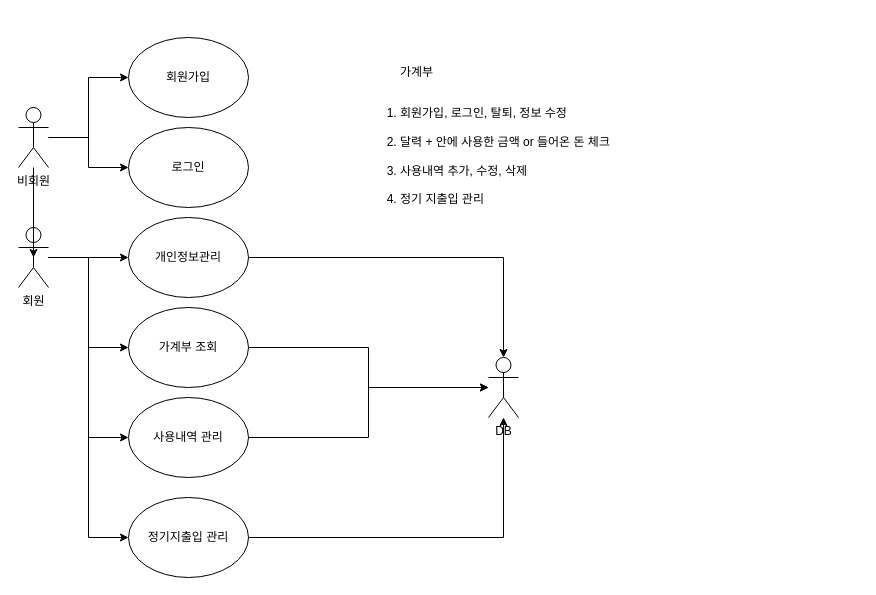
Above: Diagram/Usecase Diagram.drawio in Carpeii/Java-MiniProject (draw.io), before the change. Source tidied: cells renumbered, new cells numbered last; positions are measured from the earlier drawing's top-left corner, leaving out a move shared by most shapes. Both pictures are drawn from the tidied source at 100%, with x=0, y=0 at pixel (18, 17).
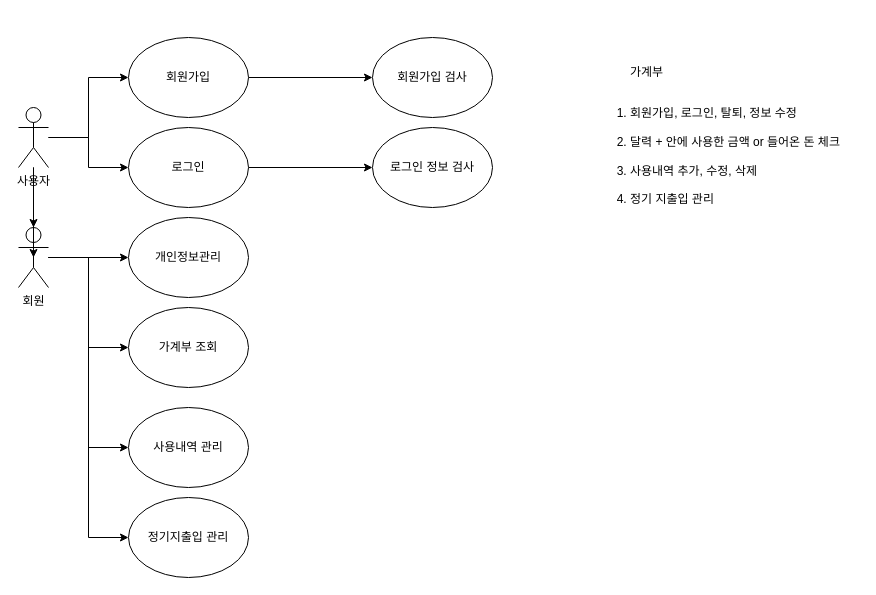
The same page after the edit.

Commit message:
use casediagram 수정

The change refers to these unchanged cells:
```xml
<mxCell id="5" value="회원가입" style="ellipse;whiteSpace=wrap;html=1;" parent="1" vertex="1">
  <mxGeometry x="110" y="20" width="120" height="80" as="geometry" />
</mxCell>
<mxCell id="7" value="개인정보관리" style="ellipse;whiteSpace=wrap;html=1;" parent="1" vertex="1">
  <mxGeometry x="110" y="200" width="120" height="80" as="geometry" />
</mxCell>
<mxCell id="10" value="가계부 조회" style="ellipse;whiteSpace=wrap;html=1;" parent="1" vertex="1">
  <mxGeometry x="110" y="290" width="120" height="80" as="geometry" />
</mxCell>
<mxCell id="15" value="정기지출입 관리" style="ellipse;whiteSpace=wrap;html=1;" parent="1" vertex="1">
  <mxGeometry x="110" y="480" width="120" height="80" as="geometry" />
</mxCell>
<mxCell id="20" value="회원" style="shape=umlActor;verticalLabelPosition=bottom;verticalAlign=top;html=1;outlineConnect=0;" parent="1" vertex="1">
  <mxGeometry y="210" width="30" height="60" as="geometry" />
</mxCell>
<mxCell id="22" value="로그인" style="ellipse;whiteSpace=wrap;html=1;" parent="1" vertex="1">
  <mxGeometry x="110" y="110" width="120" height="80" as="geometry" />
</mxCell>
```

Change to the diagram source:
```diff
@@
+    <mxCell id="23" style="edgeStyle=orthogonalEdgeStyle;rounded=0;jettySize=auto;html=1;" parent="1" edge="1" source="4" target="20">
+      <mxGeometry relative="1" as="geometry" />
+    </mxCell>
-    <mxCell id="4" value="비회원" style="shape=umlActor;verticalLabelPosition=bottom;verticalAlign=top;html=1;outlineConnect=0;" parent="1" vertex="1">
+    <mxCell id="4" value="사용자" style="shape=umlActor;verticalLabelPosition=bottom;verticalAlign=top;html=1;outlineConnect=0;" parent="1" vertex="1">
       <mxGeometry y="90" width="30" height="60" as="geometry" />
     </mxCell>
+    <mxCell id="24" style="edgeStyle=orthogonalEdgeStyle;rounded=0;jettySize=auto;html=1;entryX=0;entryY=0.5;entryDx=0;entryDy=0;" parent="1" edge="1" source="5" target="26">
+      <mxGeometry relative="1" as="geometry" />
+    </mxCell>
@@
-    <mxCell id="6" style="edgeStyle=orthogonalEdgeStyle;rounded=0;jettySize=auto;html=1;" parent="1" edge="1" source="7" target="11">
-      <mxGeometry relative="1" as="geometry" />
-    </mxCell>
@@
     <mxCell id="8" value="&lt;h2&gt;&lt;/h2&gt;&lt;br&gt;&lt;ol&gt;가계부&lt;/ol&gt;&lt;ol&gt;&lt;br&gt;&lt;li&gt;회원가입, 로그인, 탈퇴, 정보 수정&lt;/li&gt;&lt;br&gt;&lt;li&gt;달력 + 안에 사용한 금액 or 들어온 돈 체크&lt;/li&gt;&lt;br&gt;&lt;li&gt;사용내역 추가, 수정, 삭제&lt;/li&gt;&lt;br&gt;&lt;li&gt;정기 지출입 관리&lt;/li&gt;&lt;br&gt;&lt;/ol&gt;" style="text;whiteSpace=wrap;html=1;" parent="1" vertex="1">
-      <mxGeometry x="340" width="270" height="210" as="geometry" />
+      <mxGeometry x="570" width="270" height="210" as="geometry" />
     </mxCell>
-    <mxCell id="9" style="edgeStyle=orthogonalEdgeStyle;rounded=0;jettySize=auto;html=1;" parent="1" edge="1" source="10" target="11">
-      <mxGeometry relative="1" as="geometry" />
-    </mxCell>
@@
-    <mxCell id="11" value="DB" style="shape=umlActor;verticalLabelPosition=bottom;verticalAlign=top;html=1;outlineConnect=0;" parent="1" vertex="1">
-      <mxGeometry x="470" y="340" width="30" height="60" as="geometry" />
-    </mxCell>
-    <mxCell id="12" style="edgeStyle=orthogonalEdgeStyle;rounded=0;jettySize=auto;html=1;" parent="1" edge="1" source="13" target="11">
-      <mxGeometry relative="1" as="geometry" />
-    </mxCell>
     <mxCell id="13" value="사용내역 관리" style="ellipse;whiteSpace=wrap;html=1;" parent="1" vertex="1">
-      <mxGeometry x="110" y="380" width="120" height="80" as="geometry" />
+      <mxGeometry x="110" y="390" width="120" height="80" as="geometry" />
     </mxCell>
-    <mxCell id="14" style="edgeStyle=orthogonalEdgeStyle;rounded=0;jettySize=auto;html=1;" parent="1" edge="1" source="15" target="11">
-      <mxGeometry relative="1" as="geometry" />
-    </mxCell>
@@
+    <mxCell id="25" style="edgeStyle=orthogonalEdgeStyle;rounded=0;jettySize=auto;html=1;" parent="1" edge="1" source="22" target="27">
+      <mxGeometry relative="1" as="geometry" />
+    </mxCell>
@@
+    <mxCell id="26" value="회원가입 검사" style="ellipse;whiteSpace=wrap;html=1;" parent="1" vertex="1">
+      <mxGeometry x="354" y="20" width="120" height="80" as="geometry" />
+    </mxCell>
+    <mxCell id="27" value="로그인 정보 검사" style="ellipse;whiteSpace=wrap;html=1;" parent="1" vertex="1">
+      <mxGeometry x="354" y="110" width="120" height="80" as="geometry" />
+    </mxCell>
```
